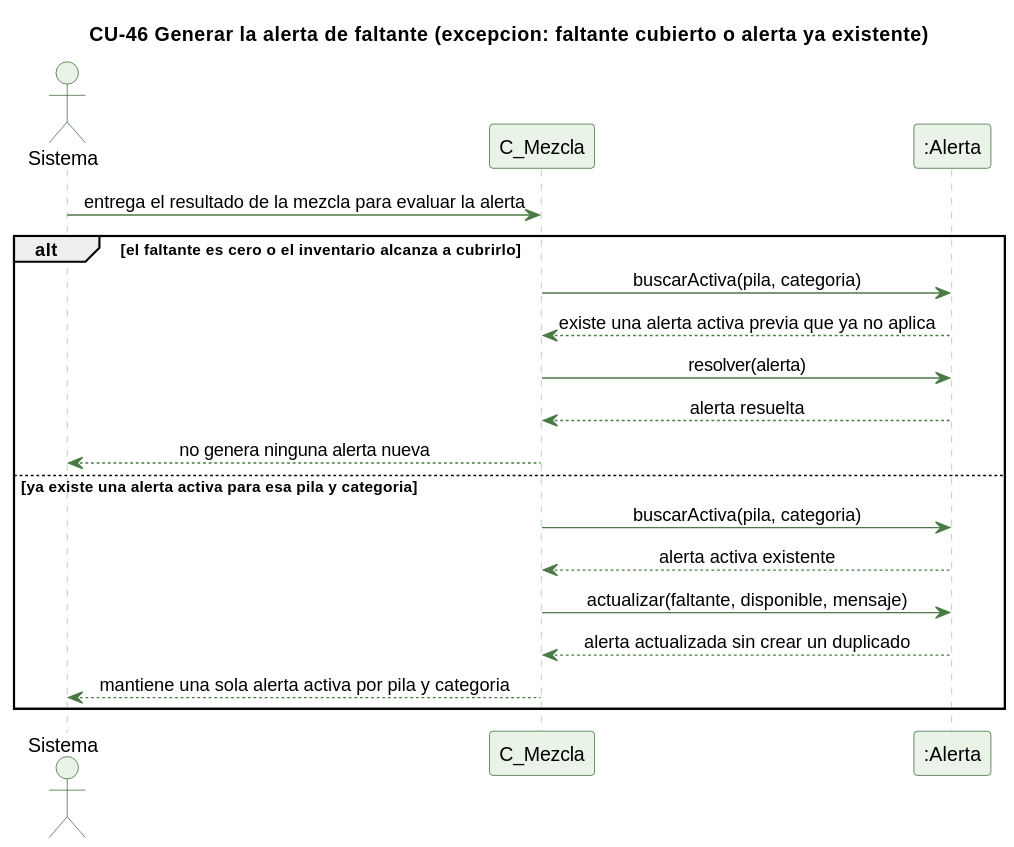
This is docs/trabajo-grupal/diagramas/secuencias/cu46-alerta-faltante-excepcion.svg from kenjikaese/Triverde, a PlantUML export, as it was before one commit.
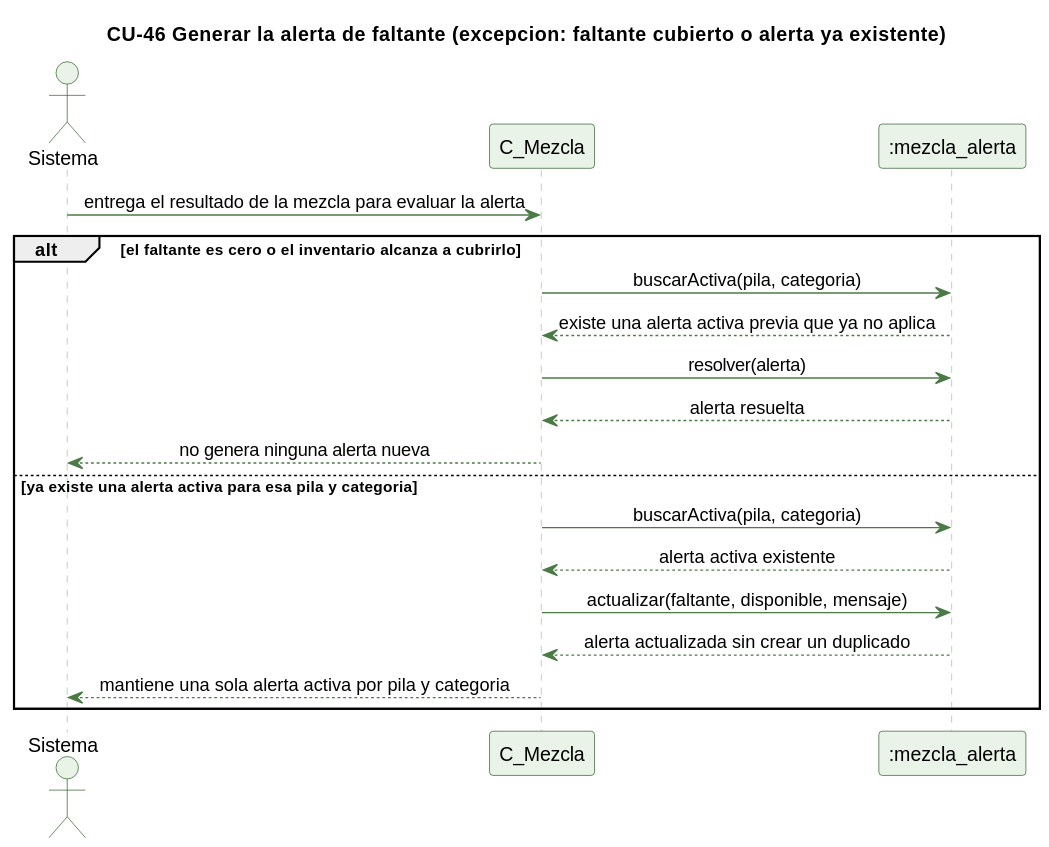
After the commit.

Change to the diagram source:
```diff
@@ -14,7 +14,7 @@
 
 actor Sistema
 participant "C_Mezcla" as C
-participant ":Alerta" as A
+participant ":mezcla_alerta" as A
 
 Sistema -> C : entrega el resultado de la mezcla para evaluar la alerta
 alt el faltante es cero o el inventario alcanza a cubrirlo
```
